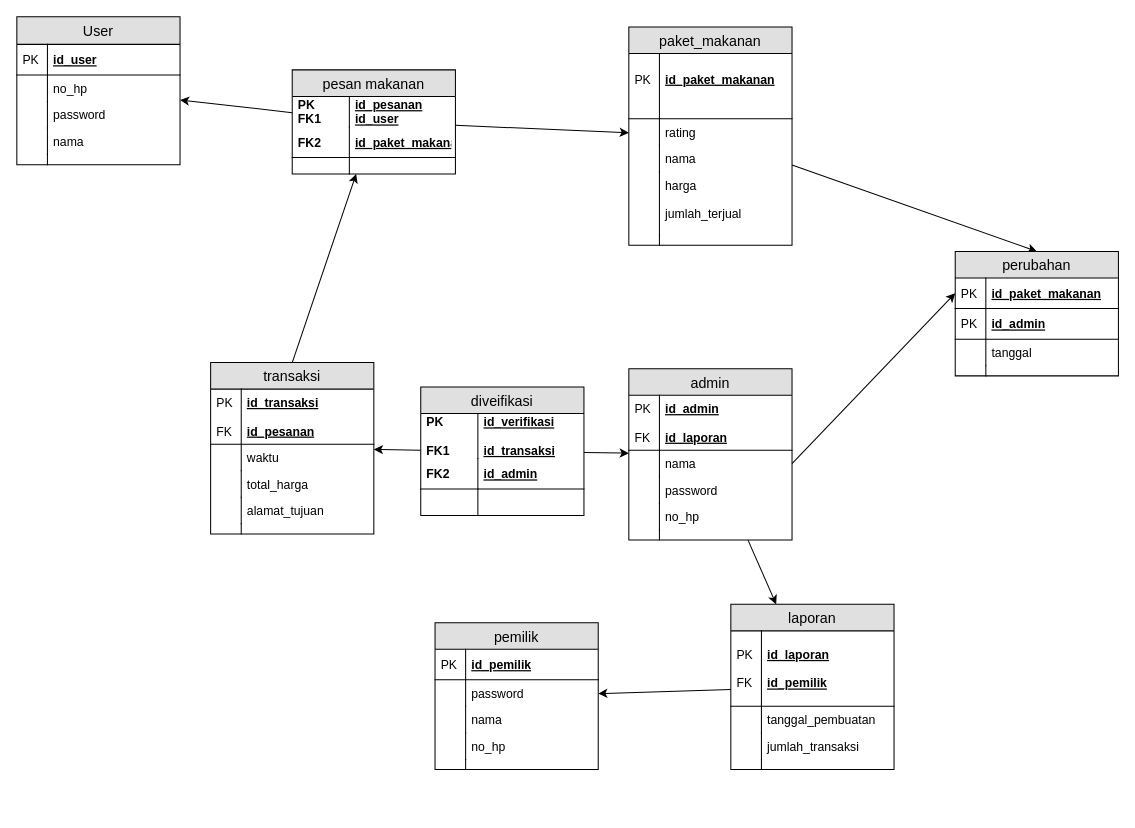
almerf/impal_doaBundo keeps this draw.io diagram as Untitled Diagram.drawio. Above is the earlier version. Source tidied: cells renumbered, new cells numbered last; positions are measured from the earlier drawing's top-left corner, leaving out a move shared by most shapes. Both pictures are drawn from the tidied source at 102%, with x=0, y=0 at pixel (16, 16).
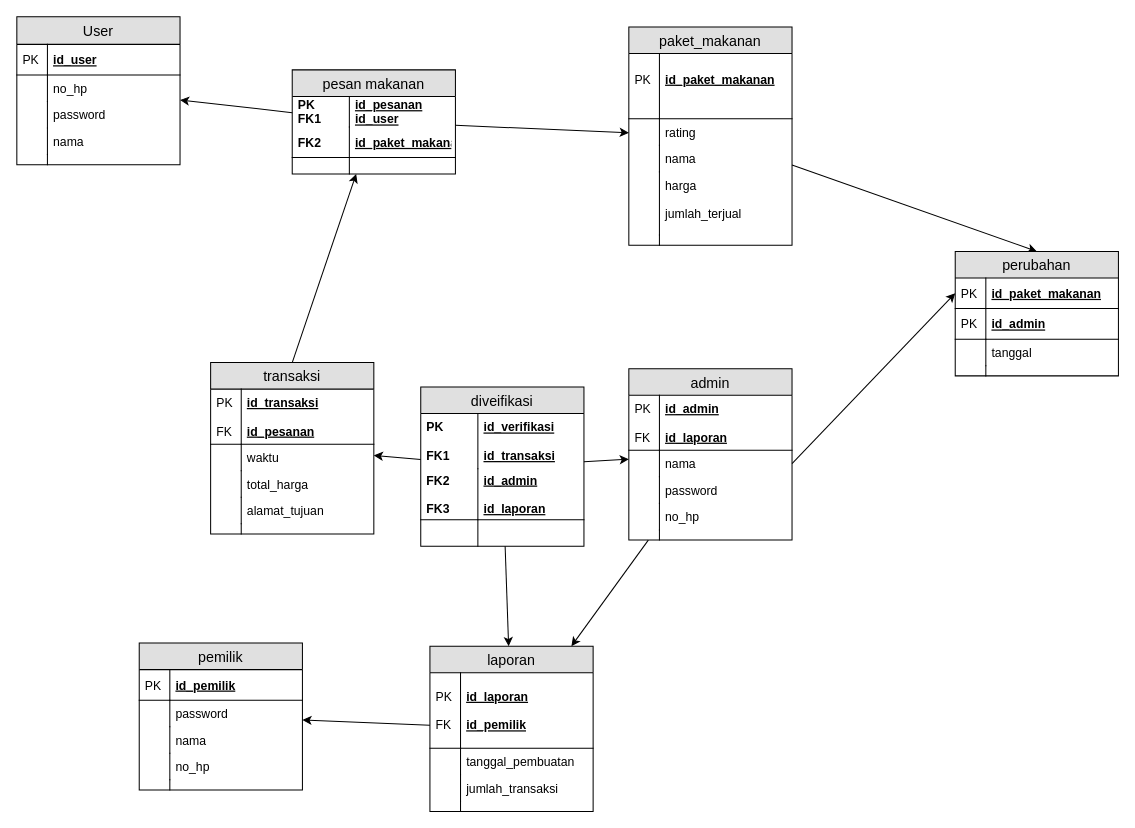
The same page after the edit.

What changed in the source:
```diff
@@
     <mxCell id="56" value="diveifikasi" style="swimlane;fontStyle=0;horizontal=1;startSize=26;fillColor=#e0e0e0;swimlaneFillColor=#ffffff;align=center;fontSize=14;" parent="1" vertex="1">
-      <mxGeometry x="396" y="363" width="160" height="126" as="geometry" />
+      <mxGeometry x="396" y="363" width="160" height="156" as="geometry" />
     </mxCell>
     <mxCell id="57" value="id_verifikasi&#10;&#10;id_transaksi" style="shape=partialRectangle;top=0;left=0;right=0;bottom=0;align=left;verticalAlign=middle;fillColor=none;spacingLeft=60;spacingRight=4;overflow=hidden;fontStyle=5;fontSize=12;" parent="56" vertex="1">
-      <mxGeometry y="26" width="160" height="44" as="geometry" />
+      <mxGeometry y="26" width="160" height="54" as="geometry" />
     </mxCell>
     <mxCell id="58" value="PK&#10;&#10;FK1" style="shape=partialRectangle;fontStyle=1;top=0;left=0;bottom=0;fillColor=none;align=left;verticalAlign=middle;spacingLeft=4;spacingRight=4;overflow=hidden;fontSize=12;" parent="57" vertex="1">
-      <mxGeometry width="56" height="44" as="geometry" />
+      <mxGeometry width="56" height="54" as="geometry" />
     </mxCell>
-    <mxCell id="59" value="id_admin" style="shape=partialRectangle;top=0;left=0;right=0;bottom=1;align=left;verticalAlign=middle;fillColor=none;spacingLeft=60;spacingRight=4;overflow=hidden;fontStyle=5;fontSize=12;" parent="56" vertex="1">
-      <mxGeometry y="70" width="160" height="30" as="geometry" />
+    <mxCell id="59" value="id_admin&#10;&#10;id_laporan" style="shape=partialRectangle;top=0;left=0;right=0;bottom=1;align=left;verticalAlign=middle;fillColor=none;spacingLeft=60;spacingRight=4;overflow=hidden;fontStyle=5;fontSize=12;" parent="56" vertex="1">
+      <mxGeometry y="80" width="160" height="50" as="geometry" />
     </mxCell>
-    <mxCell id="60" value="FK2" style="shape=partialRectangle;fontStyle=1;top=0;left=0;bottom=0;fillColor=none;align=left;verticalAlign=middle;spacingLeft=4;spacingRight=4;overflow=hidden;fontSize=12;" parent="59" vertex="1">
-      <mxGeometry width="56" height="30" as="geometry" />
+    <mxCell id="60" value="FK2&#10;&#10;FK3" style="shape=partialRectangle;fontStyle=1;top=0;left=0;bottom=0;fillColor=none;align=left;verticalAlign=middle;spacingLeft=4;spacingRight=4;overflow=hidden;fontSize=12;" parent="59" vertex="1">
+      <mxGeometry width="56" height="50" as="geometry" />
     </mxCell>
     <mxCell id="61" style="shape=partialRectangle;top=0;left=0;right=0;bottom=0;align=left;verticalAlign=top;fillColor=none;spacingLeft=60;spacingRight=4;overflow=hidden;fontSize=12;" parent="56" vertex="1">
-      <mxGeometry y="100" width="160" height="26" as="geometry" />
+      <mxGeometry y="130" width="160" height="26" as="geometry" />
     </mxCell>
@@
     <mxCell id="66" value="pemilik" style="swimlane;fontStyle=0;horizontal=1;startSize=26;fillColor=#e0e0e0;swimlaneFillColor=#ffffff;align=center;fontSize=14;" parent="1" vertex="1">
-      <mxGeometry x="410" y="594" width="160" height="144" as="geometry" />
+      <mxGeometry x="120" y="614" width="160" height="144" as="geometry" />
     </mxCell>
@@
     <mxCell id="77" value="laporan" style="swimlane;fontStyle=0;horizontal=1;startSize=26;fillColor=#e0e0e0;swimlaneFillColor=#ffffff;align=center;fontSize=14;" parent="1" vertex="1">
-      <mxGeometry x="700" y="576" width="160" height="162" as="geometry" />
+      <mxGeometry x="405" y="617" width="160" height="162" as="geometry" />
     </mxCell>
@@
+    <mxCell id="98" style="endArrow=classic;html=1;" parent="1" edge="1" source="56" target="77">
+      <mxGeometry relative="1" as="geometry" />
+    </mxCell>
```
